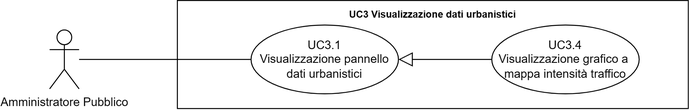
Before: src/3_PB/AnalisiDeiRequisiti/assets/UML/UC3.4_Visualizzazione-grafico-a-mappa-intensità-traffico.png, a diagram exported from draw.io (SWATEngineering/Docs). Source tidied: cells renumbered, new cells last; positions are measured from the earlier drawing's top-left corner, leaving out a move shared by most shapes.
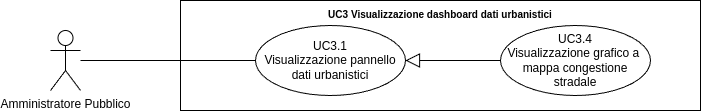
After the change.

What changed in the source:
```diff
@@ -5,13 +5,13 @@
     <mxCell id="2" value="Amministratore Pubblico" style="shape=umlActor;verticalLabelPosition=bottom;verticalAlign=top;html=1;outlineConnect=0;" parent="1" vertex="1">
       <mxGeometry y="30" width="30" height="60" as="geometry" />
     </mxCell>
-    <mxCell id="3" value="&lt;b style=&quot;border-color: var(--border-color); font-size: 10px;&quot;&gt;UC3 Visualizzazione dati urbanistici&lt;/b&gt;" style="shape=rect;html=1;verticalAlign=top;fontStyle=1;whiteSpace=wrap;align=center;" parent="1" vertex="1">
+    <mxCell id="3" value="&lt;b style=&quot;border-color: var(--border-color); font-size: 10px;&quot;&gt;UC3 Visualizzazione dashboard dati urbanistici&lt;/b&gt;" style="shape=rect;html=1;verticalAlign=top;fontStyle=1;whiteSpace=wrap;align=center;" parent="1" vertex="1">
       <mxGeometry x="130" width="520" height="110" as="geometry" />
     </mxCell>
     <mxCell id="4" style="edgeStyle=none;html=1;endArrow=none;verticalAlign=bottom;rounded=0;" parent="1" edge="1" source="2" target="6">
       <mxGeometry relative="1" as="geometry" />
     </mxCell>
-    <mxCell id="5" value="UC3.4&lt;br&gt;Visualizzazione grafico a&amp;nbsp; mappa intensità traffico" style="ellipse;whiteSpace=wrap;html=1;" parent="1" vertex="1">
+    <mxCell id="5" value="UC3.4&lt;br&gt;Visualizzazione grafico a&amp;nbsp; mappa congestione stradale" style="ellipse;whiteSpace=wrap;html=1;" parent="1" vertex="1">
       <mxGeometry x="450" y="25" width="150" height="70" as="geometry" />
     </mxCell>
     <mxCell id="6" value="UC3.1&lt;br style=&quot;border-color: var(--border-color);&quot;&gt;Visualizzazione pannello dati urbanistici" style="ellipse;whiteSpace=wrap;html=1;" parent="1" vertex="1">
```
